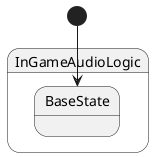
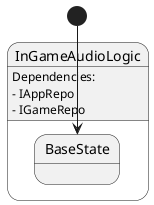
@startuml InGameAudioLogic
state InGameAudioLogic {
  state BaseState
}

[*] --> BaseState
+ 
+ InGameAudioLogic : Dependencies:
+ InGameAudioLogic : - IAppRepo
+ InGameAudioLogic : - IGameRepo
@enduml